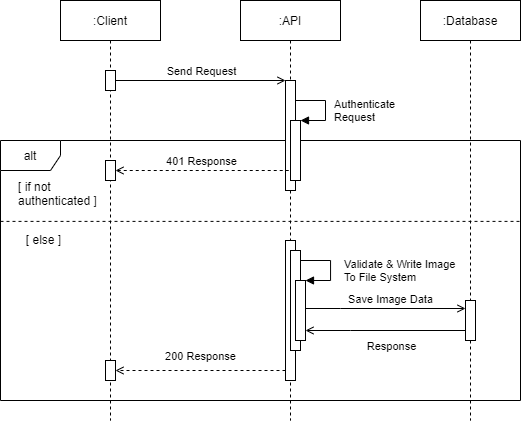
Above: Project Docs/Diagrams/Save Image Sequence Diagrams/Server/Save Image Sequence Diagram (Server)(Image).png in jgalminas/nma (draw.io), before the change. Source tidied: cells renumbered, new cells last; positions are measured from the earlier drawing's top-left corner, leaving out a move shared by most shapes.
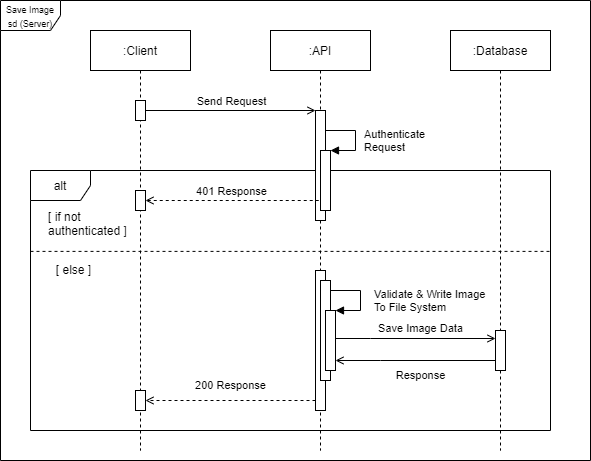
After the commit.

Commit message:
Updated Both Save Image Sequence Diagrams

What changed in the source:
```diff
@@ -131,5 +131,8 @@
         <mxPoint x="-12.3" y="-15" as="offset" />
       </mxGeometry>
     </mxCell>
+    <mxCell id="31" value="&lt;font style=&quot;font-size: 9px&quot;&gt;Save Image sd (Server)&lt;/font&gt;" style="shape=umlFrame;whiteSpace=wrap;html=1;" parent="1" vertex="1">
+      <mxGeometry x="-30" y="-30" width="590" height="460" as="geometry" />
+    </mxCell>
   </root>
 </mxGraphModel>
```
